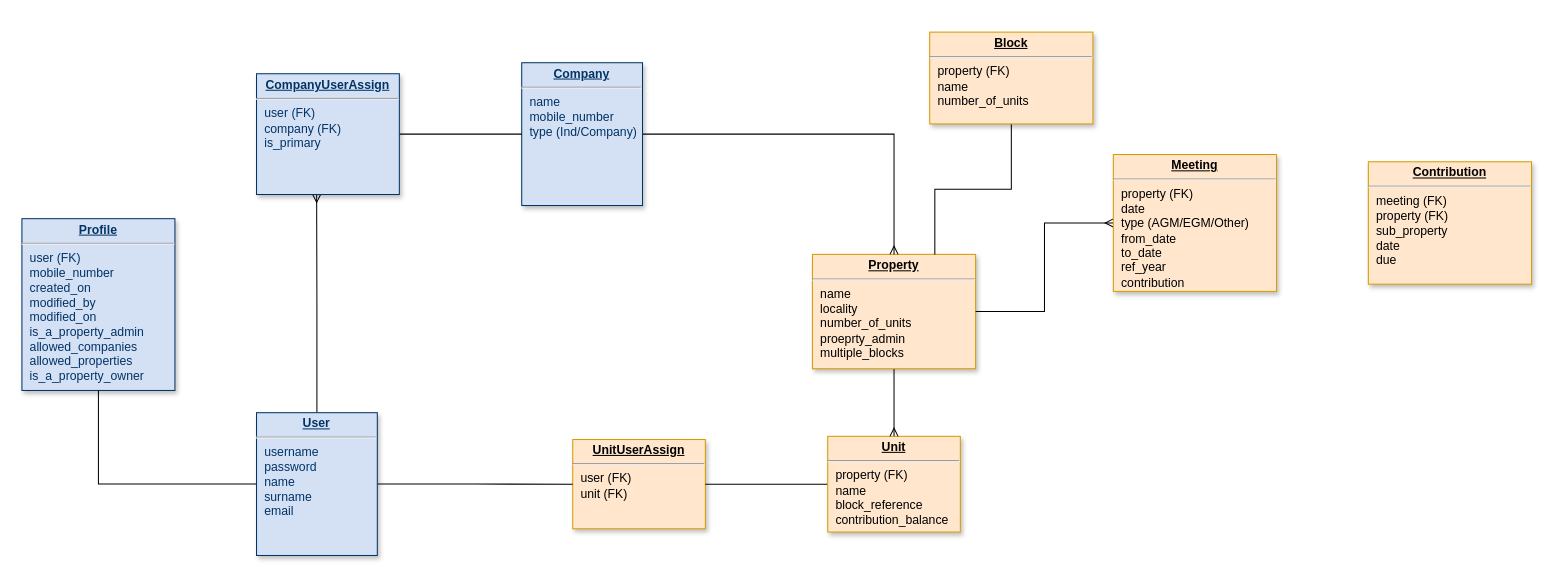
Before: Untitled Diagram.drawio in gilubilu/hello-world, a draw.io diagram. Source tidied: cells renumbered, new cells numbered last; positions are measured from the earlier drawing's top-left corner, leaving out a move shared by most shapes. Both pictures are drawn from the tidied source at 102%, with x=0, y=0 at pixel (21, 32).
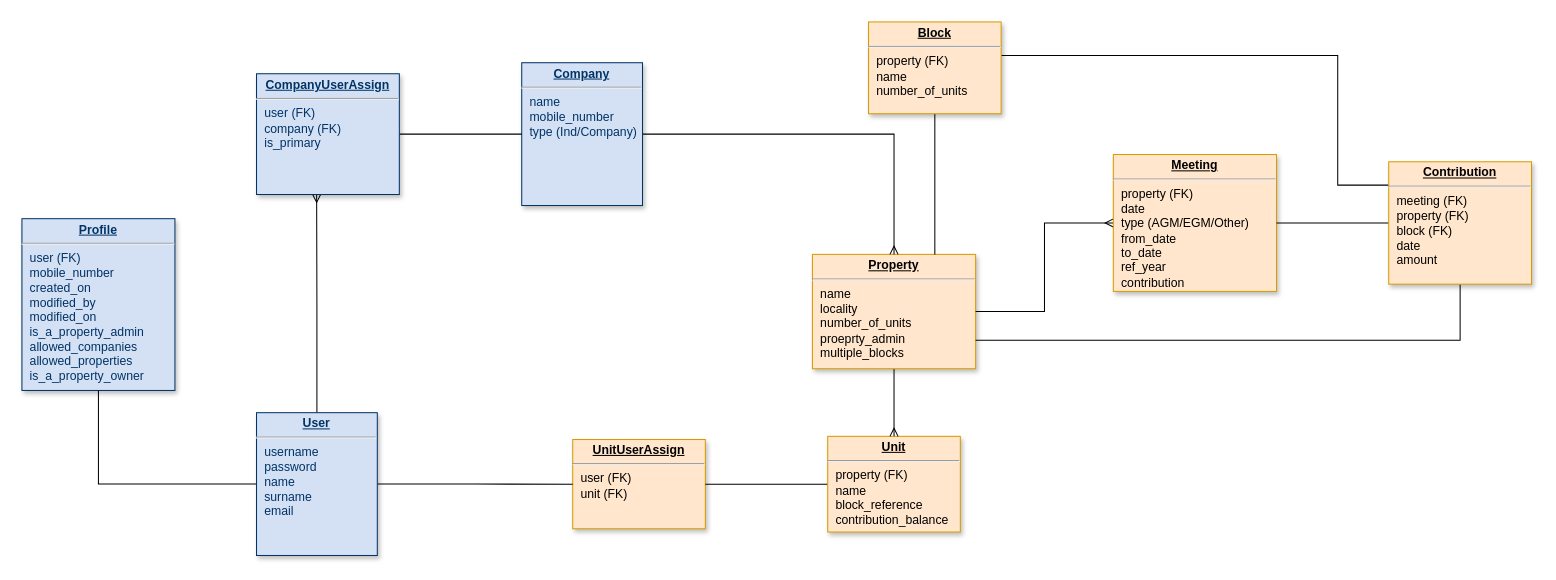
The same page after the edit.

The change refers to these unchanged cells:
```xml
<mxCell id="6" value="&lt;p style=&quot;margin: 0px ; margin-top: 4px ; text-align: center ; text-decoration: underline&quot;&gt;&lt;strong&gt;Property&lt;/strong&gt;&lt;/p&gt;&lt;hr&gt;&lt;p style=&quot;margin: 0px ; margin-left: 8px&quot;&gt;name&lt;/p&gt;&lt;p style=&quot;margin: 0px ; margin-left: 8px&quot;&gt;locality&lt;/p&gt;&lt;p style=&quot;margin: 0px ; margin-left: 8px&quot;&gt;number_of_units&lt;/p&gt;&lt;p style=&quot;margin: 0px ; margin-left: 8px&quot;&gt;proeprty_admin&lt;/p&gt;&lt;p style=&quot;margin: 0px ; margin-left: 8px&quot;&gt;multiple_blocks&lt;/p&gt;" style="verticalAlign=top;align=left;overflow=fill;fontSize=12;fontFamily=Helvetica;html=1;strokeColor=#d79b00;shadow=1;fillColor=#ffe6cc;" parent="1" vertex="1">
  <mxGeometry x="775" y="217.9" width="160" height="112.1" as="geometry" />
</mxCell>
<mxCell id="17" value="&lt;p style=&quot;margin: 0px ; margin-top: 4px ; text-align: center ; text-decoration: underline&quot;&gt;&lt;strong&gt;Meeting&lt;/strong&gt;&lt;/p&gt;&lt;hr&gt;&lt;p style=&quot;margin: 0px ; margin-left: 8px&quot;&gt;property (FK)&lt;/p&gt;&lt;p style=&quot;margin: 0px ; margin-left: 8px&quot;&gt;date&lt;/p&gt;&lt;p style=&quot;margin: 0px ; margin-left: 8px&quot;&gt;type (AGM/EGM/Other)&lt;/p&gt;&lt;p style=&quot;margin: 0px ; margin-left: 8px&quot;&gt;from_date&lt;/p&gt;&lt;p style=&quot;margin: 0px ; margin-left: 8px&quot;&gt;to_date&lt;/p&gt;&lt;p style=&quot;margin: 0px ; margin-left: 8px&quot;&gt;ref_year&lt;/p&gt;&lt;p style=&quot;margin: 0px ; margin-left: 8px&quot;&gt;contribution&lt;/p&gt;" style="verticalAlign=top;align=left;overflow=fill;fontSize=12;fontFamily=Helvetica;html=1;strokeColor=#d79b00;shadow=1;fillColor=#ffe6cc;direction=west;" parent="1" vertex="1">
  <mxGeometry x="1070" y="120" width="160" height="134.2" as="geometry" />
</mxCell>
```

Diff of the diagram source:
```diff
@@
+    <mxCell id="21" style="edgeStyle=orthogonalEdgeStyle;rounded=0;jettySize=auto;html=1;entryX=0;entryY=0.5;entryDx=0;entryDy=0;endArrow=none;endFill=0;" parent="1" edge="1" source="18" target="17">
+      <mxGeometry relative="1" as="geometry" />
+    </mxCell>
+    <mxCell id="22" style="edgeStyle=orthogonalEdgeStyle;rounded=0;jettySize=auto;html=1;entryX=1;entryY=0.25;entryDx=0;entryDy=0;endArrow=none;endFill=0;" parent="1" edge="1" source="18" target="20">
+      <mxGeometry relative="1" as="geometry">
+        <Array as="points">
+          <mxPoint x="1290" y="150" />
+          <mxPoint x="1290" y="23" />
+        </Array>
+      </mxGeometry>
+    </mxCell>
+    <mxCell id="23" style="edgeStyle=orthogonalEdgeStyle;rounded=0;jettySize=auto;html=1;exitX=0.5;exitY=0;exitDx=0;exitDy=0;entryX=1;entryY=0.75;entryDx=0;entryDy=0;endArrow=none;endFill=0;" parent="1" edge="1" source="18" target="6">
+      <mxGeometry relative="1" as="geometry">
+        <Array as="points">
+          <mxPoint x="1410" y="302" />
+        </Array>
+      </mxGeometry>
+    </mxCell>
-    <mxCell id="18" value="&lt;p style=&quot;margin: 0px ; margin-top: 4px ; text-align: center ; text-decoration: underline&quot;&gt;&lt;strong&gt;Contribution&lt;/strong&gt;&lt;/p&gt;&lt;hr&gt;&lt;p style=&quot;margin: 0px ; margin-left: 8px&quot;&gt;meeting (FK)&lt;/p&gt;&lt;p style=&quot;margin: 0px ; margin-left: 8px&quot;&gt;property (FK)&lt;/p&gt;&lt;p style=&quot;margin: 0px ; margin-left: 8px&quot;&gt;sub_property&lt;/p&gt;&lt;p style=&quot;margin: 0px ; margin-left: 8px&quot;&gt;date&lt;/p&gt;&lt;p style=&quot;margin: 0px ; margin-left: 8px&quot;&gt;&lt;span&gt;due&lt;/span&gt;&lt;/p&gt;" style="verticalAlign=top;align=left;overflow=fill;fontSize=12;fontFamily=Helvetica;html=1;strokeColor=#d79b00;shadow=1;fillColor=#ffe6cc;direction=west;" parent="1" vertex="1">
-      <mxGeometry x="1320" y="127.1" width="160" height="120" as="geometry" />
+    <mxCell id="18" value="&lt;p style=&quot;margin: 0px ; margin-top: 4px ; text-align: center ; text-decoration: underline&quot;&gt;&lt;strong&gt;Contribution&lt;/strong&gt;&lt;/p&gt;&lt;hr&gt;&lt;p style=&quot;margin: 0px ; margin-left: 8px&quot;&gt;meeting (FK)&lt;/p&gt;&lt;p style=&quot;margin: 0px ; margin-left: 8px&quot;&gt;property (FK)&lt;/p&gt;&lt;p style=&quot;margin: 0px ; margin-left: 8px&quot;&gt;block (FK)&lt;/p&gt;&lt;p style=&quot;margin: 0px ; margin-left: 8px&quot;&gt;date&lt;/p&gt;&lt;p style=&quot;margin: 0px ; margin-left: 8px&quot;&gt;&lt;span&gt;amount&lt;/span&gt;&lt;/p&gt;" style="verticalAlign=top;align=left;overflow=fill;fontSize=12;fontFamily=Helvetica;html=1;strokeColor=#d79b00;shadow=1;fillColor=#ffe6cc;direction=west;" parent="1" vertex="1">
+      <mxGeometry x="1340" y="127.1" width="140" height="120" as="geometry" />
     </mxCell>
@@
-    <mxCell id="20" value="&lt;p style=&quot;margin: 0px ; margin-top: 4px ; text-align: center ; text-decoration: underline&quot;&gt;&lt;strong&gt;Block&lt;/strong&gt;&lt;/p&gt;&lt;hr&gt;&lt;p style=&quot;margin: 0px ; margin-left: 8px&quot;&gt;property (FK)&lt;/p&gt;&lt;p style=&quot;margin: 0px ; margin-left: 8px&quot;&gt;name&lt;/p&gt;&lt;p style=&quot;margin: 0px ; margin-left: 8px&quot;&gt;number_of_units&lt;/p&gt;&lt;p style=&quot;margin: 0px ; margin-left: 8px&quot;&gt;&lt;br&gt;&lt;/p&gt;" style="verticalAlign=top;align=left;overflow=fill;fontSize=12;fontFamily=Helvetica;html=1;strokeColor=#d79b00;shadow=1;fillColor=#ffe6cc;" parent="1" vertex="1">
-      <mxGeometry x="890" width="160" height="90" as="geometry" />
+    <mxCell id="20" value="&lt;p style=&quot;margin: 0px ; margin-top: 4px ; text-align: center ; text-decoration: underline&quot;&gt;&lt;strong&gt;Block&lt;/strong&gt;&lt;/p&gt;&lt;hr&gt;&lt;p style=&quot;margin: 0px ; margin-left: 8px&quot;&gt;property (FK)&lt;/p&gt;&lt;p style=&quot;margin: 0px ; margin-left: 8px&quot;&gt;name&lt;/p&gt;&lt;p style=&quot;margin: 0px ; margin-left: 8px&quot;&gt;number_of_units&lt;/p&gt;&lt;p style=&quot;margin: 0px ; margin-left: 8px&quot;&gt;&lt;br&gt;&lt;/p&gt;" style="verticalAlign=top;align=left;overflow=fill;fontSize=12;fontFamily=Helvetica;html=1;strokeColor=#d79b00;shadow=1;fillColor=#ffe6cc;direction=west;" parent="1" vertex="1">
+      <mxGeometry x="830" y="-10" width="130" height="90" as="geometry" />
     </mxCell>
```
